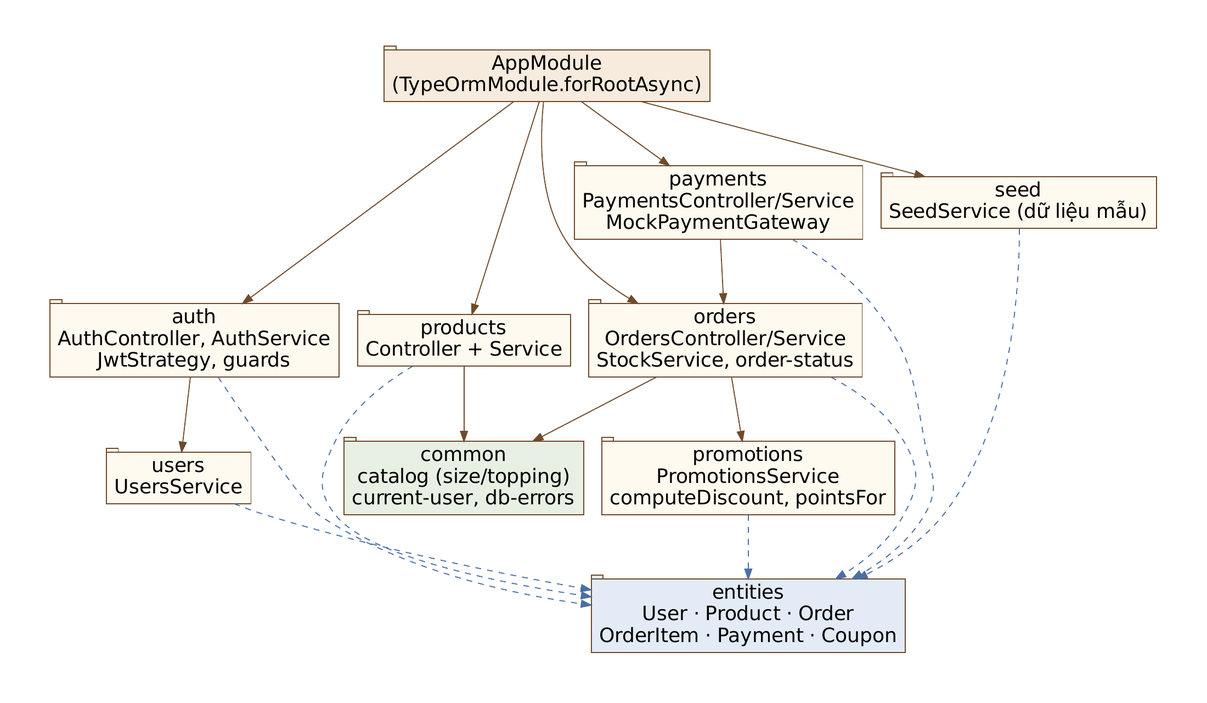
Earlier version of the Graphviz export report/diagrams/png/package.png (kaiqwwp/brewlite). Its source is kept beside it as report/diagrams/package.dot.
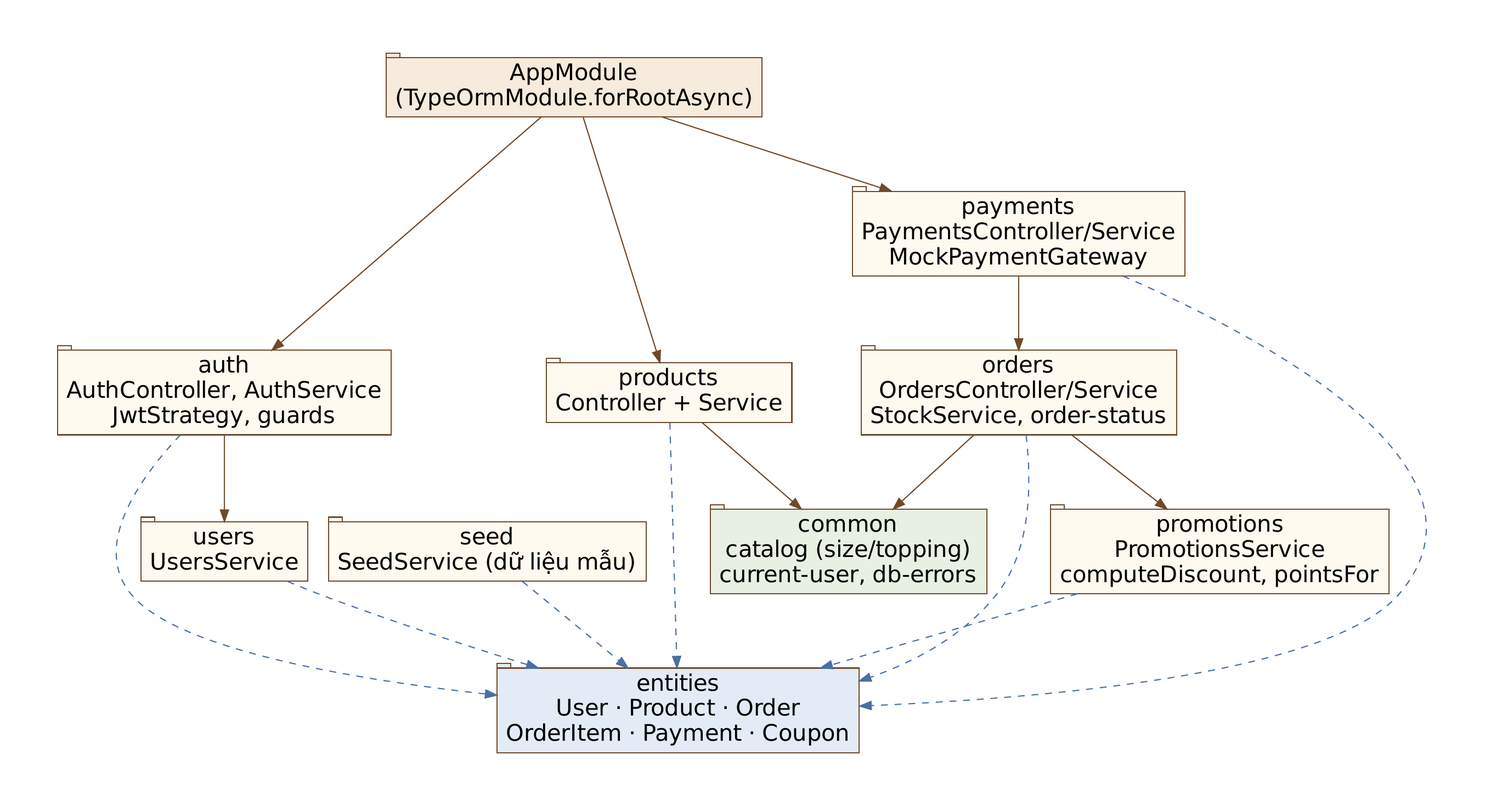
The same file after the commit.

Change to the diagram source:
```diff
@@ -3,7 +3,8 @@
  auth [label="auth\nAuthController, AuthService\nJwtStrategy, guards"]; users [label="users\nUsersService"]; products [label="products\nController + Service"];
  orders [label="orders\nOrdersController/Service\nStockService, order-status"]; payments [label="payments\nPaymentsController/Service\nMockPaymentGateway"]; promo [label="promotions\nPromotionsService\ncomputeDiscount, pointsFor"];
  ent [label="entities\nUser · Product · Order\nOrderItem · Payment · Coupon" fillcolor="#e3ecf6"]; common [label="common\ncatalog (size/topping)\ncurrent-user, db-errors" fillcolor="#e8f0e4"]; seed [label="seed\nSeedService (dữ liệu mẫu)"];
- app -> {auth products orders payments seed};
+ app -> {auth products payments};
+ seed -> app [dir=back style=invis]; products -> seed [style=invis];
  auth -> users; payments -> orders; orders -> promo; orders -> common; products -> common;
  {auth users products orders payments promo seed} -> ent [color="#4a6fa5" style=dashed];
 }
```
